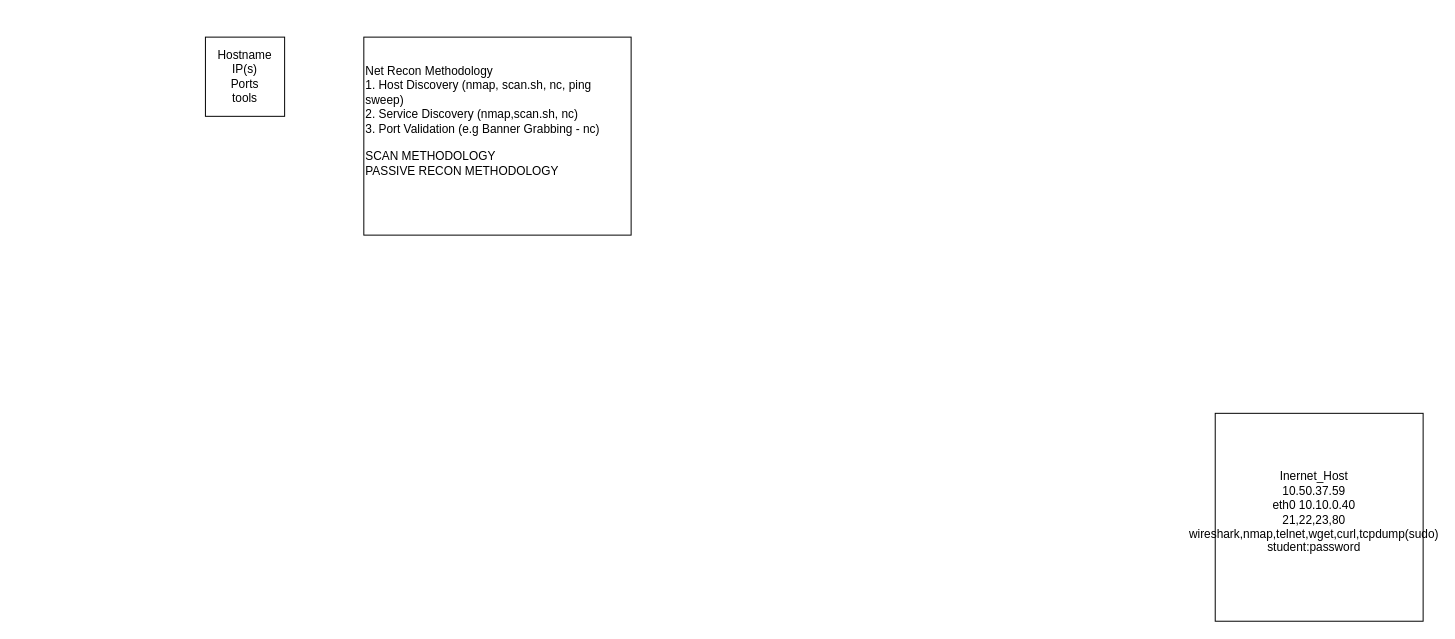
TheWaltuh/COSC-Notes keeps this draw.io diagram as Networking/Vacca/Untitled Diagram.drawio. Above is the earlier version. Source tidied: cells renumbered, new cells numbered last; positions are measured from the earlier drawing's top-left corner, leaving out a move shared by most shapes. Both pictures are drawn from the tidied source at 99%, with x=0, y=0 at pixel (106, 17).
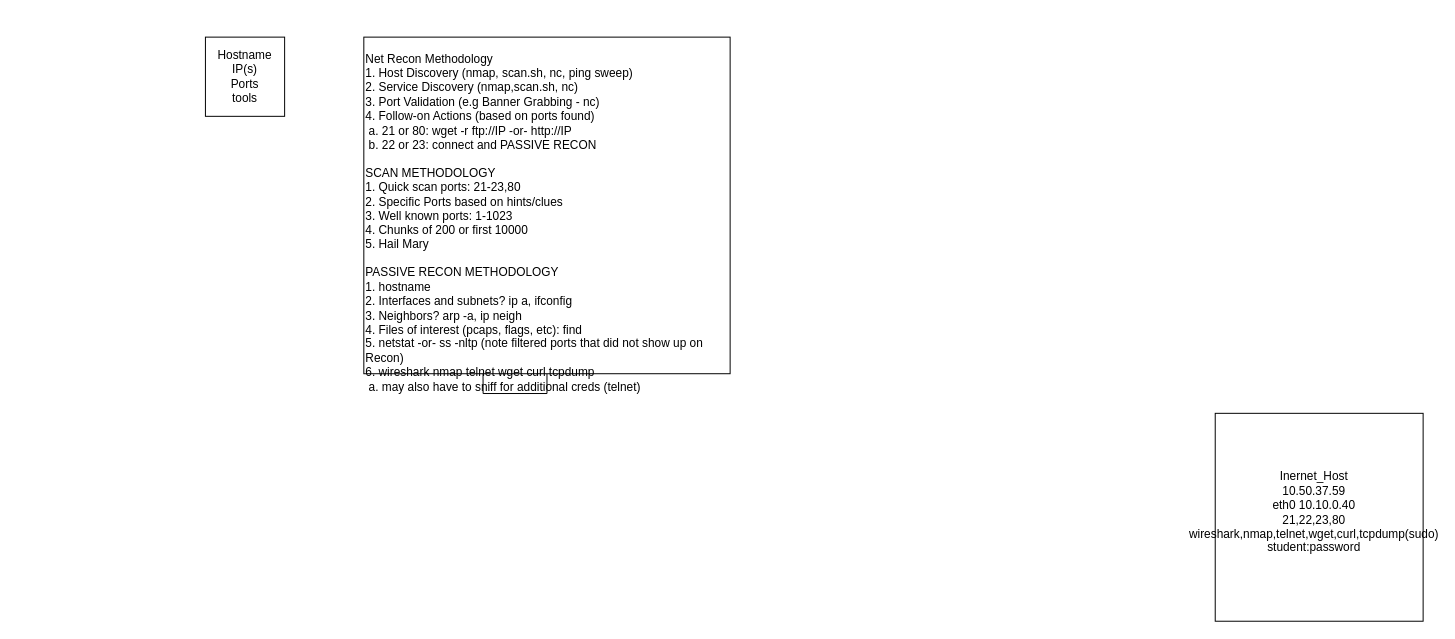
The same page after the edit.

What changed in the source:
```diff
@@
 <mxGraphModel>
   <root>
     <mxCell id="0" />
     <mxCell id="1" parent="0" />
     <mxCell id="2" style="whiteSpace=wrap;html=1;" parent="1" vertex="1">
       <mxGeometry x="100" y="20" width="80" height="80" as="geometry" />
     </mxCell>
     <mxCell id="3" value="&lt;div&gt;Hostname&lt;/div&gt;&lt;div&gt;IP(s)&lt;/div&gt;&lt;div&gt;Ports&lt;/div&gt;&lt;div&gt;tools&lt;br&gt;&lt;/div&gt;" style="text;html=1;strokeColor=none;fillColor=none;align=center;verticalAlign=middle;whiteSpace=wrap;rounded=0;" parent="1" vertex="1">
       <mxGeometry x="110" y="40" width="60" height="40" as="geometry" />
     </mxCell>
     <mxCell id="4" style="whiteSpace=wrap;html=1;" parent="1" vertex="1">
       <mxGeometry x="1120" y="400" width="210" height="210" as="geometry" />
     </mxCell>
     <mxCell id="5" value="&lt;div&gt;Inernet_Host&lt;/div&gt;&lt;div&gt;10.50.37.59&lt;/div&gt;&lt;div&gt;eth0 10.10.0.40&lt;/div&gt;&lt;div&gt;21,22,23,80&lt;/div&gt;&lt;div&gt;wireshark,nmap,telnet,wget,curl,tcpdump(sudo)&lt;/div&gt;&lt;div&gt;student:password&lt;br&gt;&lt;/div&gt;" style="text;html=1;strokeColor=none;fillColor=none;align=center;verticalAlign=middle;whiteSpace=wrap;rounded=0;labelPosition=center;verticalLabelPosition=middle;" parent="1" vertex="1">
       <mxGeometry x="1120" y="400" width="200" height="200" as="geometry" />
     </mxCell>
+    <mxCell id="8" style="edgeStyle=orthogonalEdgeStyle;rounded=0;jettySize=auto;html=1;" parent="1" edge="1" source="6">
+      <mxGeometry relative="1" as="geometry">
+        <mxPoint x="380" y="260" as="targetPoint" />
+      </mxGeometry>
+    </mxCell>
     <mxCell id="6" style="rounded=0;whiteSpace=wrap;html=1;" parent="1" vertex="1">
-      <mxGeometry x="260" y="20" width="270" height="200" as="geometry" />
+      <mxGeometry x="260" y="20" width="370" height="340" as="geometry" />
     </mxCell>
-    <mxCell id="7" value="&lt;div&gt;Net Recon Methodology&lt;/div&gt;&lt;div&gt;1. Host Discovery (nmap, scan.sh, nc, ping sweep)&lt;/div&gt;&lt;div&gt;2. Service Discovery (nmap,scan.sh, nc)&lt;/div&gt;&lt;div&gt;3. Port Validation (e.g Banner Grabbing - nc)&lt;/div&gt;&lt;div&gt;&lt;br&gt;&lt;/div&gt;&lt;div&gt;SCAN METHODOLOGY&lt;/div&gt;&lt;div&gt;PASSIVE RECON METHODOLOGY&lt;br&gt;&lt;/div&gt;" style="text;html=1;strokeColor=none;fillColor=none;align=left;verticalAlign=middle;whiteSpace=wrap;rounded=0;labelPosition=right;verticalLabelPosition=middle;" parent="1" vertex="1">
-      <mxGeometry width="260" height="210" as="geometry" />
+    <mxCell id="7" value="&lt;div&gt;Net Recon Methodology&lt;/div&gt;&lt;div&gt;1. Host Discovery (nmap, scan.sh, nc, ping sweep)&lt;/div&gt;&lt;div&gt;2. Service Discovery (nmap,scan.sh, nc)&lt;/div&gt;&lt;div&gt;3. Port Validation (e.g Banner Grabbing - nc)&lt;/div&gt;&lt;div&gt;4. Follow-on Actions (based on ports found)&lt;/div&gt;&lt;div&gt;&lt;span style=&quot;white-space: pre;&quot;&gt; &lt;/span&gt;a. 21 or 80: wget -r ftp://IP -or- http://IP&lt;/div&gt;&lt;div&gt;&lt;span style=&quot;white-space: pre;&quot;&gt; &lt;/span&gt;b. 22 or 23: connect and PASSIVE RECON&lt;br&gt;&lt;/div&gt;&lt;div&gt;&lt;br&gt;&lt;/div&gt;&lt;div&gt;SCAN METHODOLOGY&lt;/div&gt;&lt;div&gt;1. Quick scan ports: 21-23,80&lt;/div&gt;&lt;div&gt;2. Specific Ports based on hints/clues&lt;/div&gt;&lt;div&gt;3. Well known ports: 1-1023&lt;/div&gt;&lt;div&gt;4. Chunks of 200 or first 10000&lt;/div&gt;&lt;div&gt;5. Hail Mary&lt;br&gt;&lt;/div&gt;&lt;div&gt;&lt;br&gt;&lt;/div&gt;&lt;div&gt;PASSIVE RECON METHODOLOGY&lt;br&gt;&lt;/div&gt;&lt;div&gt;1. hostname&lt;/div&gt;&lt;div&gt;2. Interfaces and subnets? ip a, ifconfig&lt;/div&gt;&lt;div&gt;3. Neighbors? arp -a, ip neigh&lt;/div&gt;&lt;div&gt;4. Files of interest (pcaps, flags, etc): find&lt;/div&gt;&lt;div&gt;5. netstat -or- ss -nltp (note filtered ports that did not show up on Recon)&lt;br&gt;&lt;/div&gt;&lt;div&gt;6. wireshark nmap telnet wget curl tcpdump&lt;/div&gt;&lt;div&gt;&lt;span style=&quot;white-space: pre;&quot;&gt; &lt;/span&gt;a. may also have to sniff for additional creds (telnet)&lt;br&gt;&lt;/div&gt;&lt;div&gt;&lt;br&gt;&lt;/div&gt;" style="text;html=1;strokeColor=none;fillColor=none;align=left;verticalAlign=middle;whiteSpace=wrap;rounded=0;labelPosition=right;verticalLabelPosition=middle;" parent="1" vertex="1">
+      <mxGeometry x="-90" y="110" width="350" height="210" as="geometry" />
     </mxCell>
   </root>
 </mxGraphModel>
```
